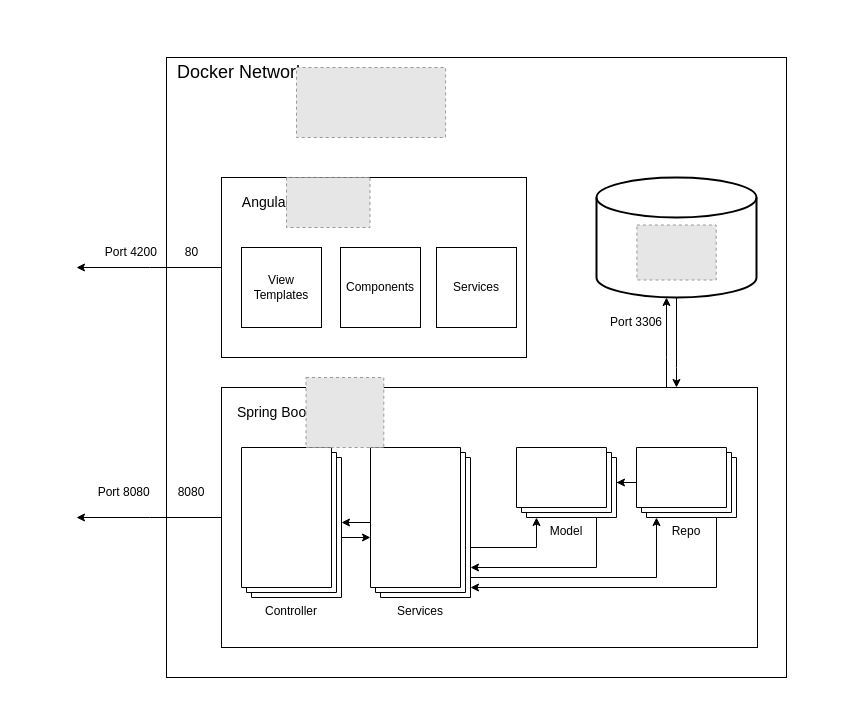
The draw.io diagram docs/resources/src/SystemOverview.drawio in Golo300/Kantinerado, before the edit. Source tidied: cells renumbered, new cells numbered last; positions are measured from the earlier drawing's top-left corner, leaving out a move shared by most shapes. Both pictures are drawn from the tidied source at 100%, with x=0, y=0 at pixel (76, 57). Pictures stored in the file or linked from it are replaced by grey dashed boxes.
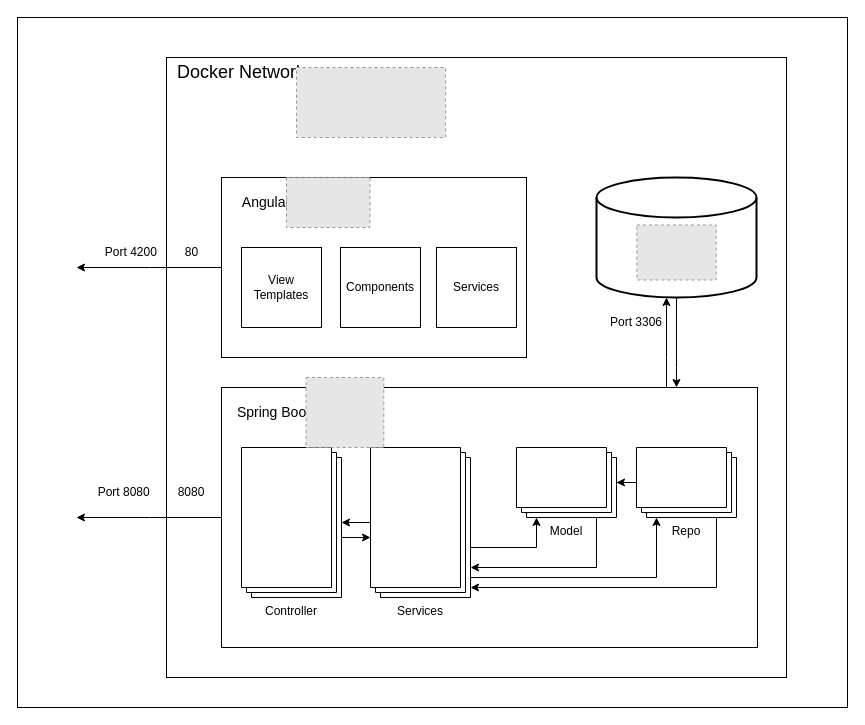
The same page after the edit.

What changed in the source:
```diff
@@
+    <mxCell id="34" style="rounded=0;whiteSpace=wrap;html=1;" parent="1" vertex="1">
+      <mxGeometry x="-59" y="-40" width="830" height="690" as="geometry" />
+    </mxCell>
```
